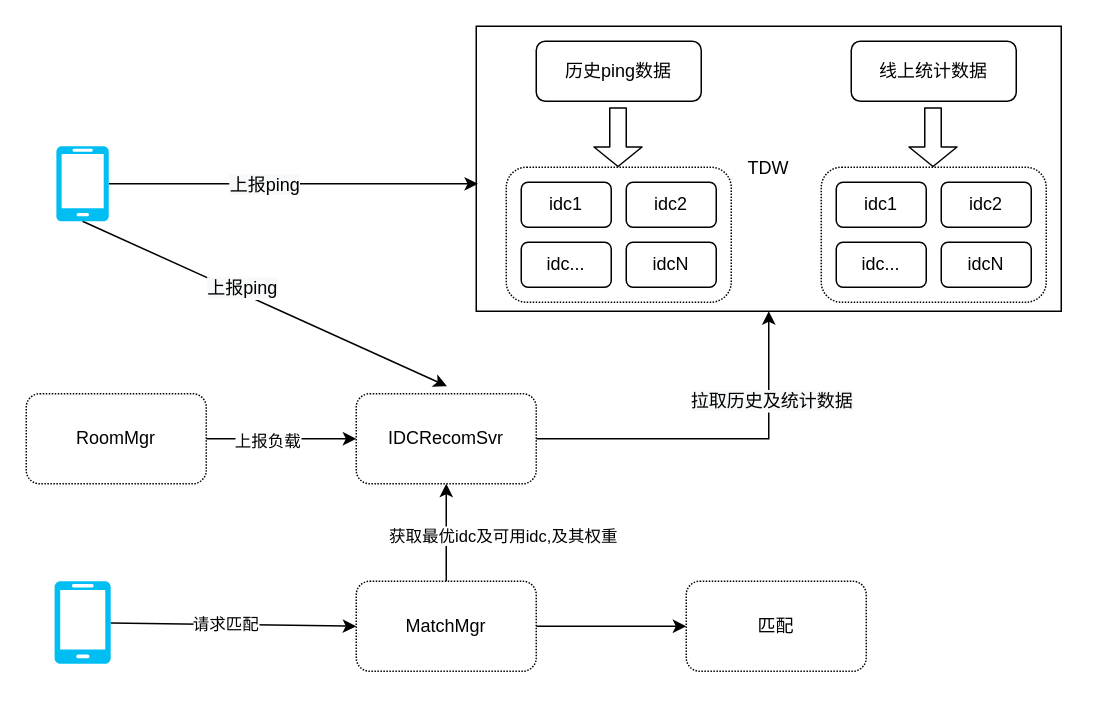
Earlier version of the draw.io diagram page "Page-1" (1 of 2) of idc选取.drawio (mbabby/draw.io.file). Source tidied: cells renumbered, new cells numbered last; positions are measured from the earlier drawing's top-left corner, leaving out a move shared by most shapes. Both pictures are drawn from the tidied source at 150%, with x=0, y=0 at pixel (26, 26).
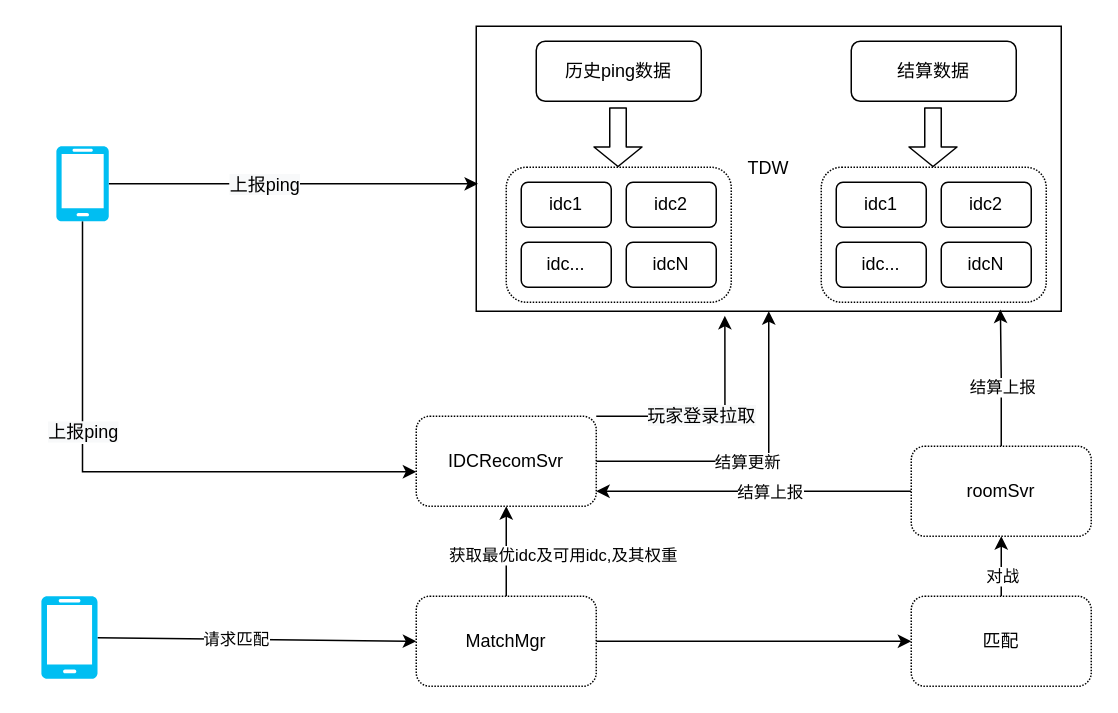
The same diagram, later.

The change refers to these unchanged cells:
```xml
<mxCell id="2" value="TDW" style="rounded=0;whiteSpace=wrap;html=1;" parent="1" vertex="1">
  <mxGeometry x="300" width="390" height="190" as="geometry" />
</mxCell>
<mxCell id="7" style="verticalLabelPosition=bottom;html=1;verticalAlign=top;align=center;strokeColor=none;fillColor=#00BEF2;shape=mxgraph.azure.mobile;" parent="1" vertex="1">
  <mxGeometry x="20" y="80" width="35" height="50" as="geometry" />
</mxCell>
<mxCell id="8" style="group;" parent="1" vertex="1">
  <mxGeometry x="320" y="10" width="360" height="174" as="geometry" />
</mxCell>
```

Change to the diagram source:
```diff
@@
-    <mxCell id="5" style="rounded=0;jettySize=auto;html=1;exitX=0.5;exitY=1;exitDx=0;exitDy=0;exitPerimeter=0;" parent="1" edge="1" source="7">
-      <mxGeometry relative="1" as="geometry">
-        <mxPoint x="280.5" y="240" as="targetPoint" />
-      </mxGeometry>
+    <mxCell id="5" style="rounded=0;jettySize=auto;html=1;exitX=0.5;exitY=1;exitDx=0;exitDy=0;exitPerimeter=0;entryX=0;entryY=0.617;entryDx=0;entryDy=0;entryPerimeter=0;edgeStyle=orthogonalEdgeStyle;" parent="1" edge="1" source="7" target="27">
+      <mxGeometry relative="1" as="geometry" />
     </mxCell>
     <mxCell id="6" value="&lt;span style=&quot;font-size: 12px ; background-color: rgb(248 , 249 , 250)&quot;&gt;上报ping&lt;/span&gt;" style="edgeLabel;html=1;align=center;verticalAlign=middle;" parent="5" vertex="1">
       <mxGeometry x="-0.14" y="2" relative="1" as="geometry">
-        <mxPoint y="-1" as="offset" />
+        <mxPoint y="-25" as="offset" />
       </mxGeometry>
     </mxCell>
@@
-    <mxCell id="11" value="线上统计数据" style="rounded=1;whiteSpace=wrap;html=1;" parent="8" vertex="1">
+    <mxCell id="11" value="结算数据" style="rounded=1;whiteSpace=wrap;html=1;" parent="8" vertex="1">
       <mxGeometry x="230" width="110" height="40" as="geometry" />
     </mxCell>
@@
-    <mxCell id="25" style="edgeStyle=orthogonalEdgeStyle;rounded=0;jettySize=auto;html=1;exitX=1;exitY=0.5;exitDx=0;exitDy=0;entryX=0.5;entryY=1;entryDx=0;entryDy=0;" parent="1" edge="1" source="27" target="2">
-      <mxGeometry relative="1" as="geometry" />
+    <mxCell id="25" style="edgeStyle=orthogonalEdgeStyle;rounded=0;jettySize=auto;html=1;exitX=1;exitY=0;exitDx=0;exitDy=0;entryX=0.425;entryY=1.016;entryDx=0;entryDy=0;entryPerimeter=0;" parent="1" edge="1" source="27" target="2">
+      <mxGeometry relative="1" as="geometry">
+        <Array as="points">
+          <mxPoint x="466" y="260" />
+        </Array>
+      </mxGeometry>
     </mxCell>
-    <mxCell id="26" value="&lt;span style=&quot;font-size: 12px ; background-color: rgb(248 , 249 , 250)&quot;&gt;拉取历史及统计数据&lt;/span&gt;" style="edgeLabel;html=1;align=center;verticalAlign=middle;" parent="25" vertex="1">
-      <mxGeometry x="0.51" y="-1" relative="1" as="geometry" />
+    <mxCell id="26" value="&lt;span style=&quot;font-size: 12px ; background-color: rgb(248 , 249 , 250)&quot;&gt;玩家登录拉取&lt;/span&gt;" style="edgeLabel;html=1;align=center;verticalAlign=middle;" parent="25" vertex="1">
+      <mxGeometry x="0.51" y="-1" relative="1" as="geometry">
+        <mxPoint x="-17" y="29" as="offset" />
+      </mxGeometry>
     </mxCell>
+    <mxCell id="39" style="edgeStyle=orthogonalEdgeStyle;rounded=0;jettySize=auto;html=1;exitX=1;exitY=0.5;exitDx=0;exitDy=0;entryX=0.5;entryY=1;entryDx=0;entryDy=0;" parent="1" edge="1" source="27" target="2">
+      <mxGeometry relative="1" as="geometry" />
+    </mxCell>
+    <mxCell id="40" value="结算更新" style="edgeLabel;html=1;align=center;verticalAlign=middle;" parent="39" vertex="1">
+      <mxGeometry x="0.1" y="3" relative="1" as="geometry">
+        <mxPoint x="-12" y="3" as="offset" />
+      </mxGeometry>
+    </mxCell>
     <mxCell id="27" value="IDCRecomSvr" style="rounded=1;whiteSpace=wrap;html=1;dashed=1;dashPattern=1 1;" parent="1" vertex="1">
-      <mxGeometry x="220" y="245" width="120" height="60" as="geometry" />
+      <mxGeometry x="260" y="260" width="120" height="60" as="geometry" />
     </mxCell>
@@
     <mxCell id="31" value="MatchMgr" style="rounded=1;whiteSpace=wrap;html=1;dashed=1;dashPattern=1 1;" parent="1" vertex="1">
-      <mxGeometry x="220" y="370" width="120" height="60" as="geometry" />
+      <mxGeometry x="260" y="380" width="120" height="60" as="geometry" />
     </mxCell>
@@
     <mxCell id="34" style="verticalLabelPosition=bottom;html=1;verticalAlign=top;align=center;strokeColor=none;fillColor=#00BEF2;shape=mxgraph.azure.mobile;" parent="1" vertex="1">
-      <mxGeometry x="18.8" y="370" width="37.5" height="55" as="geometry" />
+      <mxGeometry x="10" y="380" width="37.5" height="55" as="geometry" />
     </mxCell>
+    <mxCell id="41" style="edgeStyle=orthogonalEdgeStyle;rounded=0;jettySize=auto;html=1;exitX=0.5;exitY=0;exitDx=0;exitDy=0;entryX=0.5;entryY=1;entryDx=0;entryDy=0;" parent="1" edge="1" source="35" target="47">
+      <mxGeometry relative="1" as="geometry" />
+    </mxCell>
+    <mxCell id="42" value="对战" style="edgeLabel;html=1;align=center;verticalAlign=middle;" parent="41" vertex="1">
+      <mxGeometry x="0.33" y="1" relative="1" as="geometry">
+        <mxPoint x="1" y="13" as="offset" />
+      </mxGeometry>
+    </mxCell>
     <mxCell id="35" value="匹配" style="rounded=1;whiteSpace=wrap;html=1;dashed=1;dashPattern=1 1;" parent="1" vertex="1">
-      <mxGeometry x="440" y="370" width="120" height="60" as="geometry" />
+      <mxGeometry x="590" y="380" width="120" height="60" as="geometry" />
     </mxCell>
-    <mxCell id="36" style="edgeStyle=orthogonalEdgeStyle;rounded=0;jettySize=auto;html=1;exitX=1;exitY=0.5;exitDx=0;exitDy=0;entryX=0;entryY=0.5;entryDx=0;entryDy=0;" parent="1" edge="1" source="38" target="27">
-      <mxGeometry relative="1" as="geometry" />
-    </mxCell>
-    <mxCell id="37" value="上报负载" style="edgeLabel;html=1;align=center;verticalAlign=middle;" parent="36" vertex="1">
-      <mxGeometry x="-0.2" y="-1" relative="1" as="geometry" />
-    </mxCell>
-    <mxCell id="38" value="RoomMgr" style="rounded=1;whiteSpace=wrap;html=1;dashed=1;dashPattern=1 1;" parent="1" vertex="1">
-      <mxGeometry y="245" width="120" height="60" as="geometry" />
-    </mxCell>
+    <mxCell id="43" style="edgeStyle=orthogonalEdgeStyle;rounded=0;jettySize=auto;html=1;" parent="1" edge="1" source="47">
+      <mxGeometry relative="1" as="geometry">
+        <mxPoint x="380" y="310" as="targetPoint" />
+      </mxGeometry>
+    </mxCell>
+    <mxCell id="44" value="结算上报" style="edgeLabel;html=1;align=center;verticalAlign=middle;" parent="43" vertex="1">
+      <mxGeometry x="0.32" y="1" relative="1" as="geometry">
+        <mxPoint x="44" y="-1" as="offset" />
+      </mxGeometry>
+    </mxCell>
+    <mxCell id="45" style="edgeStyle=orthogonalEdgeStyle;rounded=0;jettySize=auto;html=1;exitX=0.5;exitY=0;exitDx=0;exitDy=0;entryX=0.896;entryY=0.994;entryDx=0;entryDy=0;entryPerimeter=0;" parent="1" edge="1" source="47" target="2">
+      <mxGeometry relative="1" as="geometry" />
+    </mxCell>
+    <mxCell id="46" value="结算上报" style="edgeLabel;html=1;align=center;verticalAlign=middle;" parent="45" vertex="1">
+      <mxGeometry x="0.23" y="-1" relative="1" as="geometry">
+        <mxPoint y="16" as="offset" />
+      </mxGeometry>
+    </mxCell>
+    <mxCell id="47" value="roomSvr" style="rounded=1;whiteSpace=wrap;html=1;dashed=1;dashPattern=1 1;" parent="1" vertex="1">
+      <mxGeometry x="590" y="280" width="120" height="60" as="geometry" />
+    </mxCell>
```
